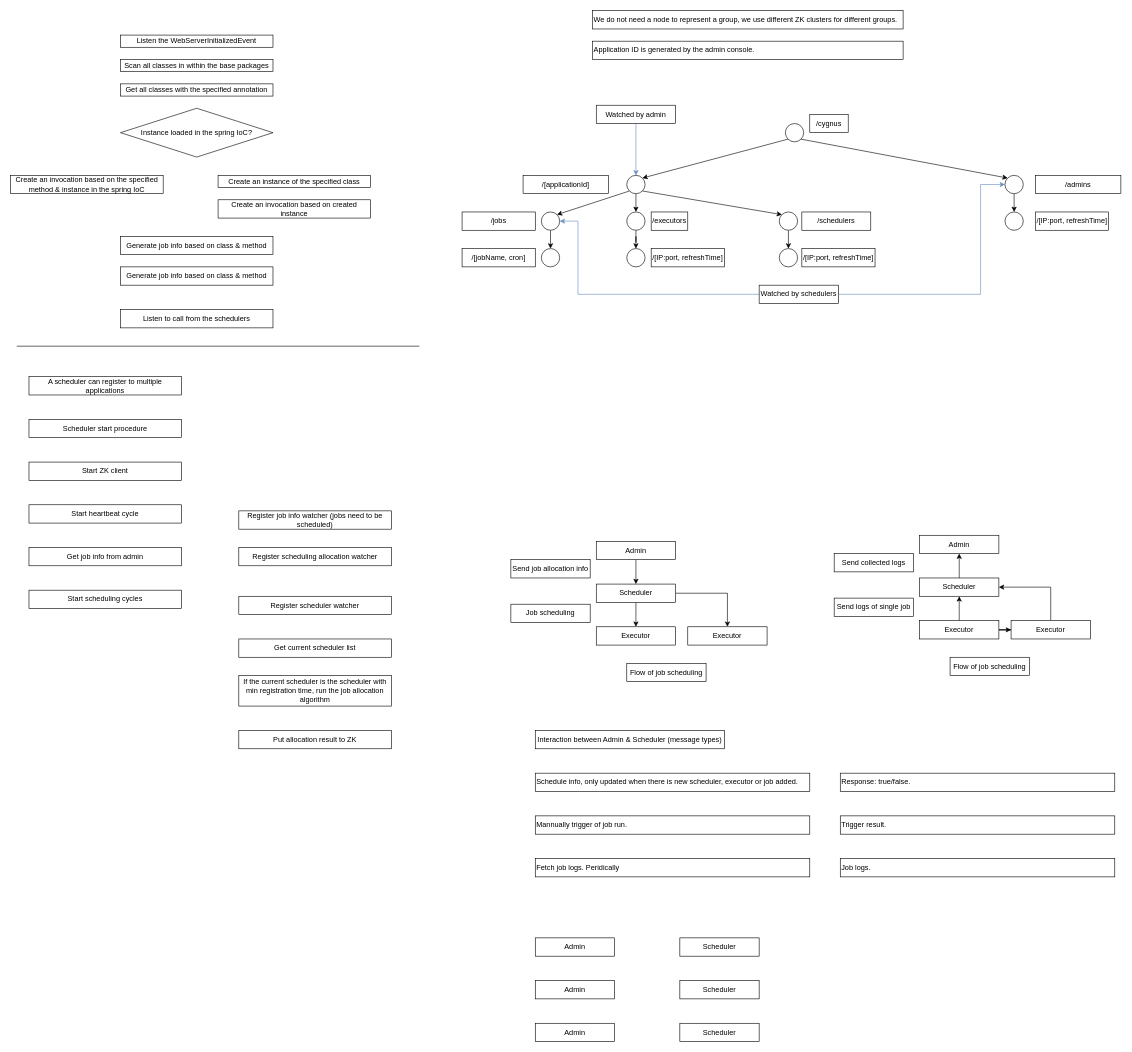
This is Cygnus.drawio from D15190304050/drawio_charts, a draw.io file, before an edit. Source tidied: cells renumbered, new cells numbered last; positions are measured from the earlier drawing's top-left corner, leaving out a move shared by most shapes. Both pictures are drawn from the tidied source at 61%, with x=0, y=0 at pixel (10, 10).
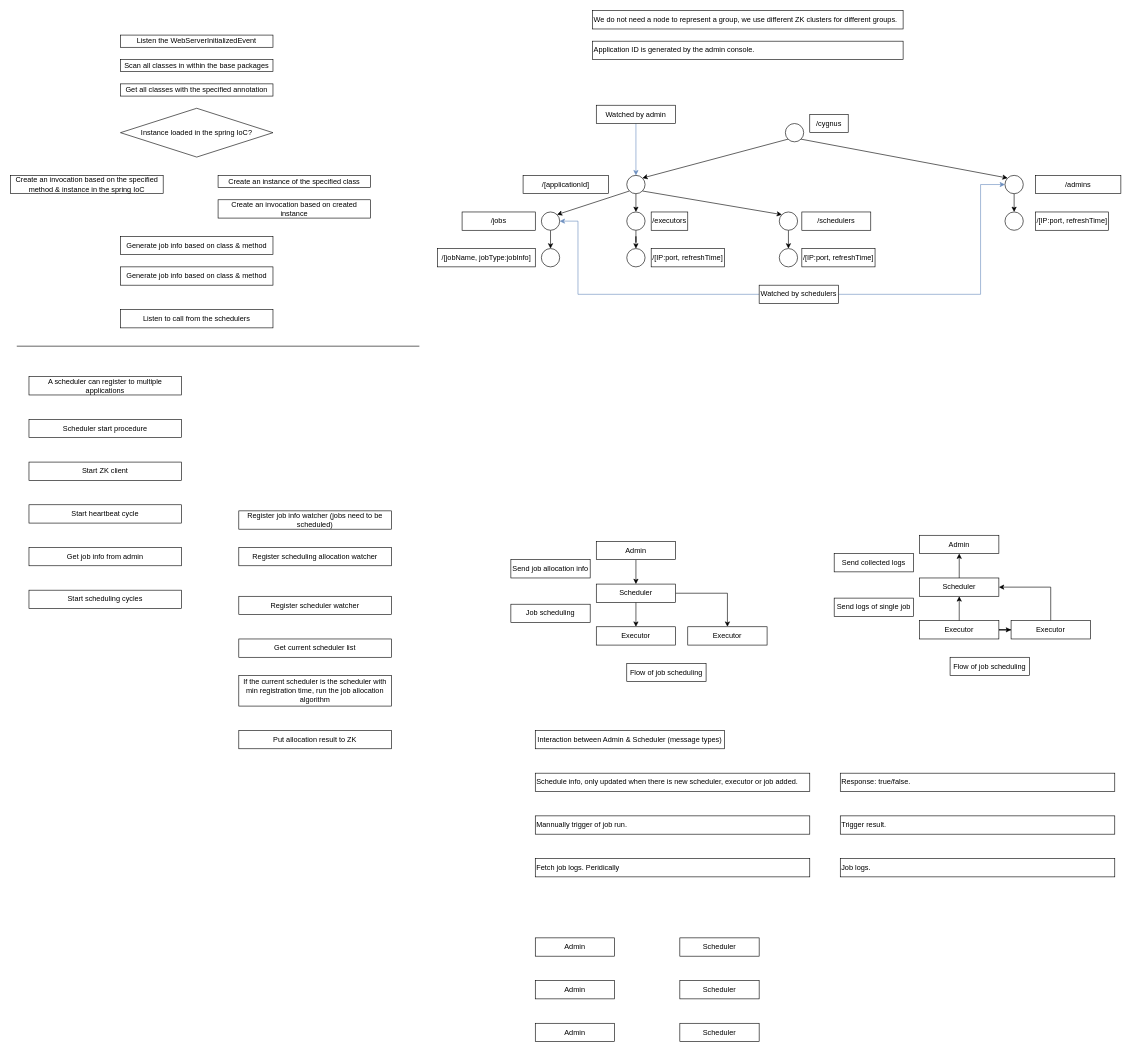
The same diagram, later.

What changed in the source:
```diff
@@
-    <mxCell id="36" value="/[jobName, cron]" style="rounded=0;whiteSpace=wrap;html=1;" parent="1" vertex="1">
-      <mxGeometry x="740" y="390" width="120" height="30" as="geometry" />
+    <mxCell id="36" value="/[jobName, jobType:jobInfo]" style="rounded=0;whiteSpace=wrap;html=1;" parent="1" vertex="1">
+      <mxGeometry x="700" y="390" width="160" height="30" as="geometry" />
     </mxCell>
```
